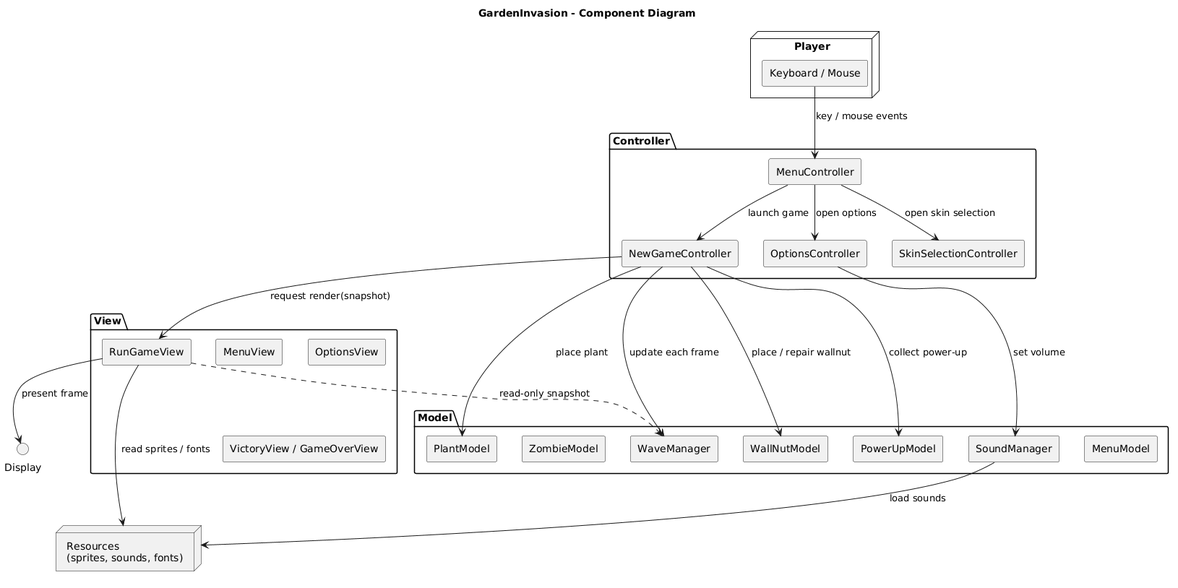
Earlier version of the PlantUML export pictures/Architecture_MVC_PlantUml.png (unibo-dtm-se-2425-GardenInvasion/Project-work). The source it was exported from:
```plantuml
@startuml
skinparam componentStyle rectangle
skinparam monochrome true
skinparam shadowing false
title GardenInvasion - Component Diagram

node "Player" as Player {
  [Keyboard / Mouse] as Input
}

package "Controller" {
  [MenuController] as MC
  [NewGameController] as NGC
  [OptionsController] as OC
  [SkinSelectionController] as SSC
}

package "Model" {
  [PlantModel] as PM
  [ZombieModel] as ZM
  [WallNutModel] as WNM
  [WaveManager] as WV
  [PowerUpModel] as PUM
  [SoundManager] as SM
  [MenuModel] as MM
}

package "View" {
  [RunGameView] as RGV
  [MenuView] as MV
  [OptionsView] as OV
  [VictoryView / GameOverView] as EV
}

node "Resources\n(sprites, sounds, fonts)" as Resources

Input --> MC : key / mouse events
MC --> NGC : launch game
MC --> OC : open options
MC --> SSC : open skin selection

NGC --> WV : update each frame
NGC --> PM : place plant
NGC --> WNM : place / repair wallnut
NGC --> PUM : collect power-up
NGC --> RGV : request render(snapshot)

RGV --> Resources : read sprites / fonts
RGV --> Display : present frame
RGV ..> WV : read-only snapshot

SM --> Resources : load sounds
OC --> SM : set volume
@enduml
```
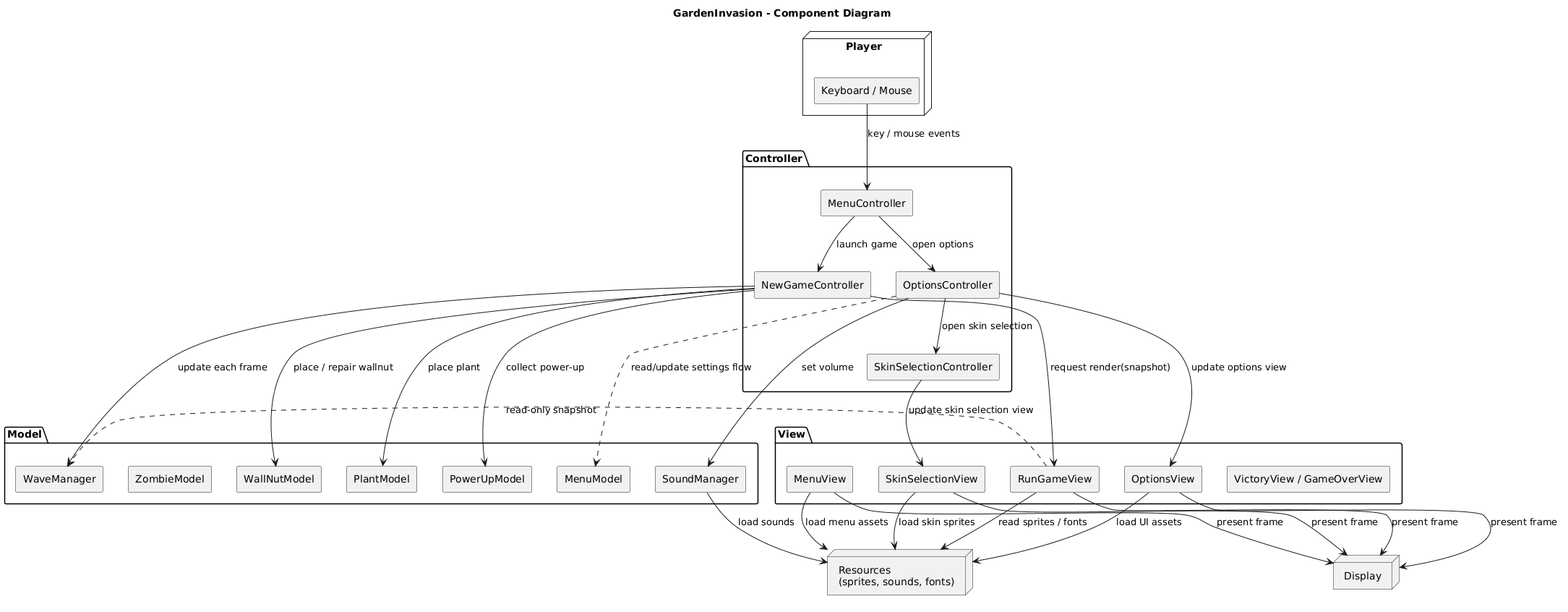
The same diagram one commit later.

Commit message:
docs: update mvc component graph

What changed in the source:
```diff
@@ -29,15 +29,21 @@
   [RunGameView] as RGV
   [MenuView] as MV
   [OptionsView] as OV
+  [SkinSelectionView] as SSV
   [VictoryView / GameOverView] as EV
 }
 
 node "Resources\n(sprites, sounds, fonts)" as Resources
+node "Display" as Display
 
 Input --> MC : key / mouse events
 MC --> NGC : launch game
 MC --> OC : open options
-MC --> SSC : open skin selection
+
+OC --> SSC : open skin selection
+OC --> SM : set volume
+OC --> OV : update options view
+SSC --> SSV : update skin selection view
 
 NGC --> WV : update each frame
 NGC --> PM : place plant
@@ -45,10 +51,18 @@
 NGC --> PUM : collect power-up
 NGC --> RGV : request render(snapshot)
 
+MV --> Resources : load menu assets
+OV --> Resources : load UI assets
+SSV --> Resources : load skin sprites
 RGV --> Resources : read sprites / fonts
+
 RGV --> Display : present frame
+OV --> Display : present frame
+SSV --> Display : present frame
+MV --> Display : present frame
+
 RGV ..> WV : read-only snapshot
+OC ..> MM : read/update settings flow
 
 SM --> Resources : load sounds
-OC --> SM : set volume
 @enduml
```
